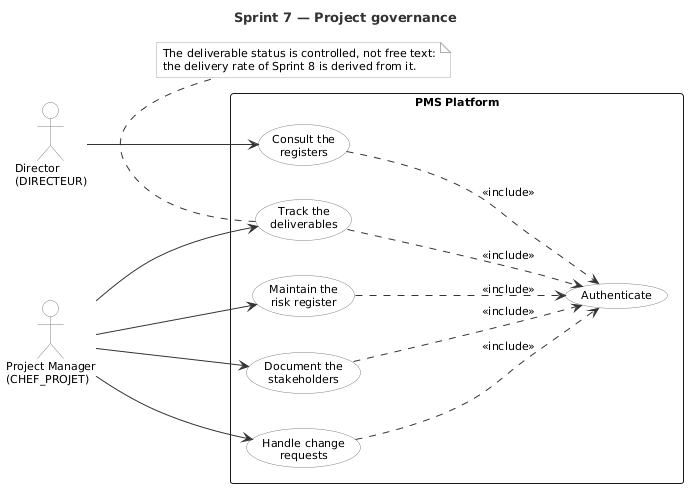
Before: report/Rapport PFE TEKUP LATEX/img/uc_sprint7.png, a diagram exported from PlantUML (mazenrakrouki/tekup-pms-platform). Source of this version:
```plantuml
@startuml uc_sprint7
title Sprint 7 — Project governance

left to right direction

skinparam shadowing false
skinparam packageStyle rectangle
skinparam defaultFontName Helvetica
skinparam defaultFontSize 11
skinparam actorBorderColor #808080
skinparam actorBackgroundColor #FFFFFF
skinparam usecaseBorderColor #808080
skinparam usecaseBackgroundColor #FFFFFF
skinparam ArrowColor #333333
skinparam noteBorderColor #AAAAAA
skinparam noteBackgroundColor #FAFAFA
skinparam TitleFontSize 13
skinparam TitleFontColor #333333

actor "Director\n(DIRECTEUR)"          as Dir
actor "Project Manager\n(CHEF_PROJET)" as PM

rectangle "PMS Platform" {
  usecase "Maintain the\nrisk register" as UC1
  usecase "Track the\ndeliverables" as UC2
  usecase "Document the\nstakeholders" as UC3
  usecase "Handle change\nrequests" as UC4
  usecase "Consult the\nregisters" as UC5
  usecase "Authenticate" as UC0
}

PM --> UC1
PM --> UC2
PM --> UC3
PM --> UC4
Dir --> UC5
UC1 ..> UC0 : <<include>>
UC2 ..> UC0 : <<include>>
UC3 ..> UC0 : <<include>>
UC4 ..> UC0 : <<include>>
UC5 ..> UC0 : <<include>>

note bottom of UC2
  The deliverable status is controlled, not free text:
  the delivery rate of Sprint 8 is derived from it.
end note

@enduml
```
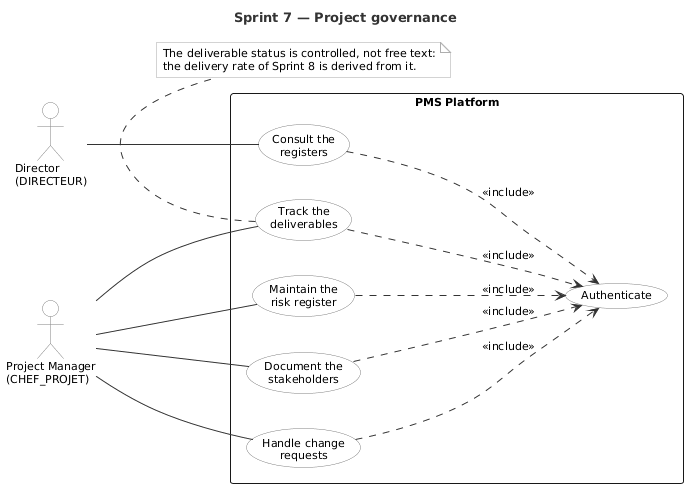
Above is the later version.

What changed in the source:
```diff
@@ -29,11 +29,11 @@
   usecase "Authenticate" as UC0
 }
 
-PM --> UC1
-PM --> UC2
-PM --> UC3
-PM --> UC4
-Dir --> UC5
+PM -- UC1
+PM -- UC2
+PM -- UC3
+PM -- UC4
+Dir -- UC5
 UC1 ..> UC0 : <<include>>
 UC2 ..> UC0 : <<include>>
 UC3 ..> UC0 : <<include>>
```
